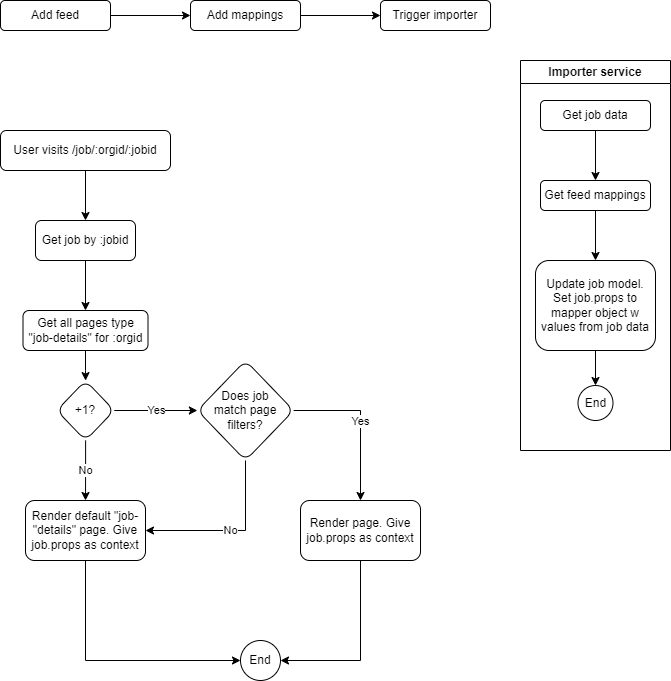
j-000/drawio keeps this draw.io diagram as coreview-jd.drawio.png. Above is the earlier version. Source tidied: cells renumbered, new cells last; positions are measured from the earlier drawing's top-left corner, leaving out a move shared by most shapes. Source of this version:
```xml
<mxGraphModel>
  <root>
    <mxCell id="0" />
    <mxCell id="1" parent="0" />
    <mxCell id="2" style="edgeStyle=orthogonalEdgeStyle;rounded=0;jettySize=auto;html=1;" parent="1" edge="1" source="3" target="5">
      <mxGeometry relative="1" as="geometry" />
    </mxCell>
    <mxCell id="3" value="Add feed" style="rounded=1;whiteSpace=wrap;html=1;" parent="1" vertex="1">
      <mxGeometry width="110" height="30" as="geometry" />
    </mxCell>
    <mxCell id="4" style="edgeStyle=orthogonalEdgeStyle;rounded=0;jettySize=auto;html=1;" parent="1" edge="1" source="5" target="6">
      <mxGeometry relative="1" as="geometry" />
    </mxCell>
    <mxCell id="5" value="Add mappings" style="rounded=1;whiteSpace=wrap;html=1;" parent="1" vertex="1">
      <mxGeometry x="190" width="110" height="30" as="geometry" />
    </mxCell>
    <mxCell id="6" value="Trigger importer" style="rounded=1;whiteSpace=wrap;html=1;" parent="1" vertex="1">
      <mxGeometry x="380" width="110" height="30" as="geometry" />
    </mxCell>
    <mxCell id="7" value="Importer service" style="swimlane;whiteSpace=wrap;html=1;" parent="1" vertex="1">
      <mxGeometry x="520" y="60" width="150" height="390" as="geometry" />
    </mxCell>
    <mxCell id="8" value="Get job data" style="rounded=1;whiteSpace=wrap;html=1;" parent="7" vertex="1">
      <mxGeometry x="20" y="40" width="110" height="30" as="geometry" />
    </mxCell>
    <mxCell id="9" value="Get feed mappings" style="rounded=1;whiteSpace=wrap;html=1;" parent="7" vertex="1">
      <mxGeometry x="20" y="120" width="110" height="30" as="geometry" />
    </mxCell>
    <mxCell id="10" value="Update job model. Set job.props to mapper object w values from job data" style="rounded=1;whiteSpace=wrap;html=1;" parent="7" vertex="1">
      <mxGeometry x="15" y="200" width="120" height="90" as="geometry" />
    </mxCell>
    <mxCell id="11" value="End" style="ellipse;whiteSpace=wrap;html=1;rounded=1;" parent="7" vertex="1">
      <mxGeometry x="57.5" y="325" width="35" height="35" as="geometry" />
    </mxCell>
    <mxCell id="12" style="edgeStyle=orthogonalEdgeStyle;rounded=0;jettySize=auto;html=1;" parent="7" edge="1" source="8" target="9">
      <mxGeometry relative="1" as="geometry" />
    </mxCell>
    <mxCell id="13" style="edgeStyle=orthogonalEdgeStyle;rounded=0;jettySize=auto;html=1;" parent="7" edge="1" source="9" target="10">
      <mxGeometry relative="1" as="geometry" />
    </mxCell>
    <mxCell id="14" style="edgeStyle=orthogonalEdgeStyle;rounded=0;jettySize=auto;html=1;" parent="7" edge="1" source="10" target="11">
      <mxGeometry relative="1" as="geometry" />
    </mxCell>
    <mxCell id="15" style="edgeStyle=orthogonalEdgeStyle;rounded=0;jettySize=auto;html=1;" parent="1" edge="1" source="16" target="18">
      <mxGeometry relative="1" as="geometry" />
    </mxCell>
    <mxCell id="16" value="User visits /job/:orgid/:jobid" style="rounded=1;whiteSpace=wrap;html=1;" parent="1" vertex="1">
      <mxGeometry y="130" width="170" height="40" as="geometry" />
    </mxCell>
    <mxCell id="17" style="edgeStyle=orthogonalEdgeStyle;rounded=0;jettySize=auto;html=1;" parent="1" edge="1" source="18" target="20">
      <mxGeometry relative="1" as="geometry" />
    </mxCell>
    <mxCell id="18" value="Get job by :jobid" style="rounded=1;whiteSpace=wrap;html=1;" parent="1" vertex="1">
      <mxGeometry x="35" y="220" width="100" height="40" as="geometry" />
    </mxCell>
    <mxCell id="19" style="edgeStyle=orthogonalEdgeStyle;rounded=0;jettySize=auto;html=1;" parent="1" edge="1" source="20" target="23">
      <mxGeometry relative="1" as="geometry" />
    </mxCell>
    <mxCell id="20" value="Get all pages type &quot;job-details&quot; for :orgid" style="rounded=1;whiteSpace=wrap;html=1;" parent="1" vertex="1">
      <mxGeometry x="22.5" y="310" width="125" height="40" as="geometry" />
    </mxCell>
    <mxCell id="21" value="Yes" style="edgeStyle=orthogonalEdgeStyle;rounded=0;jettySize=auto;html=1;" parent="1" edge="1" source="23" target="26">
      <mxGeometry relative="1" as="geometry" />
    </mxCell>
    <mxCell id="22" value="No" style="edgeStyle=orthogonalEdgeStyle;rounded=0;jettySize=auto;html=1;" parent="1" edge="1" source="23" target="28">
      <mxGeometry relative="1" as="geometry" />
    </mxCell>
    <mxCell id="23" value="+1?" style="rhombus;whiteSpace=wrap;html=1;rounded=1;" parent="1" vertex="1">
      <mxGeometry x="56.2" y="380" width="57.5" height="60" as="geometry" />
    </mxCell>
    <mxCell id="24" value="No" style="edgeStyle=orthogonalEdgeStyle;rounded=0;jettySize=auto;html=1;exitX=0.5;exitY=1;exitDx=0;exitDy=0;entryX=1;entryY=0.5;entryDx=0;entryDy=0;" parent="1" edge="1" source="26" target="28">
      <mxGeometry relative="1" as="geometry" />
    </mxCell>
    <mxCell id="25" value="Yes" style="edgeStyle=orthogonalEdgeStyle;rounded=0;jettySize=auto;html=1;" parent="1" edge="1" source="26" target="30">
      <mxGeometry relative="1" as="geometry" />
    </mxCell>
    <mxCell id="26" value="Does job&lt;br style=&quot;border-color: var(--border-color);&quot;&gt;match page&lt;br style=&quot;border-color: var(--border-color);&quot;&gt;filters?" style="rhombus;whiteSpace=wrap;html=1;rounded=1;" parent="1" vertex="1">
      <mxGeometry x="196.9" y="360" width="96.2" height="100" as="geometry" />
    </mxCell>
    <mxCell id="27" style="edgeStyle=orthogonalEdgeStyle;rounded=0;jettySize=auto;html=1;exitX=0.5;exitY=1;exitDx=0;exitDy=0;entryX=0;entryY=0.5;entryDx=0;entryDy=0;" parent="1" edge="1" source="28" target="31">
      <mxGeometry relative="1" as="geometry" />
    </mxCell>
    <mxCell id="28" value="Render default &quot;job-&quot;details&quot; page. Give job.props as context" style="whiteSpace=wrap;html=1;rounded=1;" parent="1" vertex="1">
      <mxGeometry x="25" y="500" width="120" height="60" as="geometry" />
    </mxCell>
    <mxCell id="29" style="edgeStyle=orthogonalEdgeStyle;rounded=0;jettySize=auto;html=1;exitX=0.5;exitY=1;exitDx=0;exitDy=0;entryX=1;entryY=0.5;entryDx=0;entryDy=0;" parent="1" edge="1" source="30" target="31">
      <mxGeometry relative="1" as="geometry" />
    </mxCell>
    <mxCell id="30" value="Render page. Give job.props as context" style="whiteSpace=wrap;html=1;rounded=1;" parent="1" vertex="1">
      <mxGeometry x="300" y="500" width="120" height="60" as="geometry" />
    </mxCell>
    <mxCell id="31" value="End" style="ellipse;whiteSpace=wrap;html=1;rounded=1;" parent="1" vertex="1">
      <mxGeometry x="240" y="640" width="40" height="40" as="geometry" />
    </mxCell>
  </root>
</mxGraphModel>
```
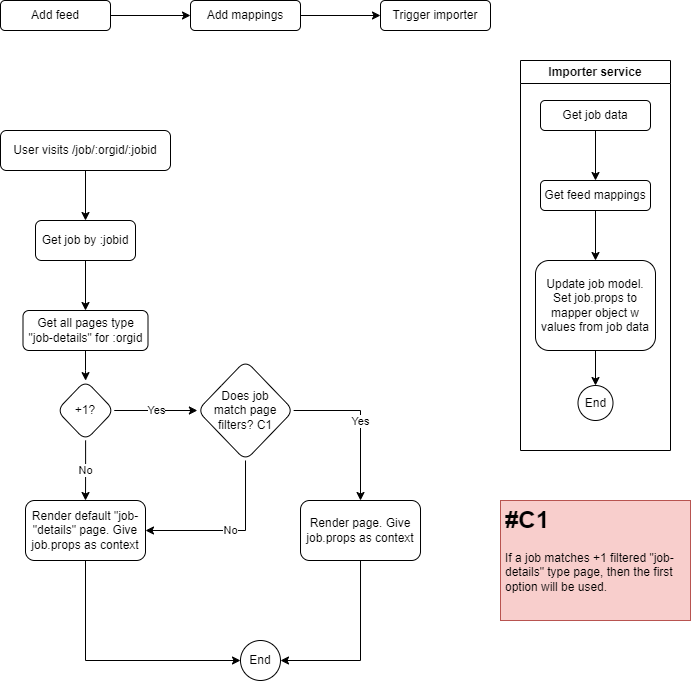
After the commit.

Diff of the diagram source:
```diff
@@ -74,7 +74,7 @@
     <mxCell id="25" value="Yes" style="edgeStyle=orthogonalEdgeStyle;rounded=0;jettySize=auto;html=1;" parent="1" edge="1" source="26" target="30">
       <mxGeometry relative="1" as="geometry" />
     </mxCell>
-    <mxCell id="26" value="Does job&lt;br style=&quot;border-color: var(--border-color);&quot;&gt;match page&lt;br style=&quot;border-color: var(--border-color);&quot;&gt;filters?" style="rhombus;whiteSpace=wrap;html=1;rounded=1;" parent="1" vertex="1">
+    <mxCell id="26" value="Does job&lt;br style=&quot;border-color: var(--border-color);&quot;&gt;match page&lt;br style=&quot;border-color: var(--border-color);&quot;&gt;filters? C1" style="rhombus;whiteSpace=wrap;html=1;rounded=1;" parent="1" vertex="1">
       <mxGeometry x="196.9" y="360" width="96.2" height="100" as="geometry" />
     </mxCell>
     <mxCell id="27" style="edgeStyle=orthogonalEdgeStyle;rounded=0;jettySize=auto;html=1;exitX=0.5;exitY=1;exitDx=0;exitDy=0;entryX=0;entryY=0.5;entryDx=0;entryDy=0;" parent="1" edge="1" source="28" target="31">
@@ -92,5 +92,8 @@
     <mxCell id="31" value="End" style="ellipse;whiteSpace=wrap;html=1;rounded=1;" parent="1" vertex="1">
       <mxGeometry x="240" y="640" width="40" height="40" as="geometry" />
     </mxCell>
+    <mxCell id="32" value="&lt;h1&gt;#C1&lt;/h1&gt;&lt;p&gt;If a job matches +1 filtered &quot;job-details&quot; type page, then the first option will be used.&amp;nbsp;&lt;/p&gt;" style="text;html=1;strokeColor=#b85450;fillColor=#f8cecc;spacing=5;spacingTop=-20;whiteSpace=wrap;overflow=hidden;rounded=0;" parent="1" vertex="1">
+      <mxGeometry x="500" y="500" width="190" height="120" as="geometry" />
+    </mxCell>
   </root>
 </mxGraphModel>
```
